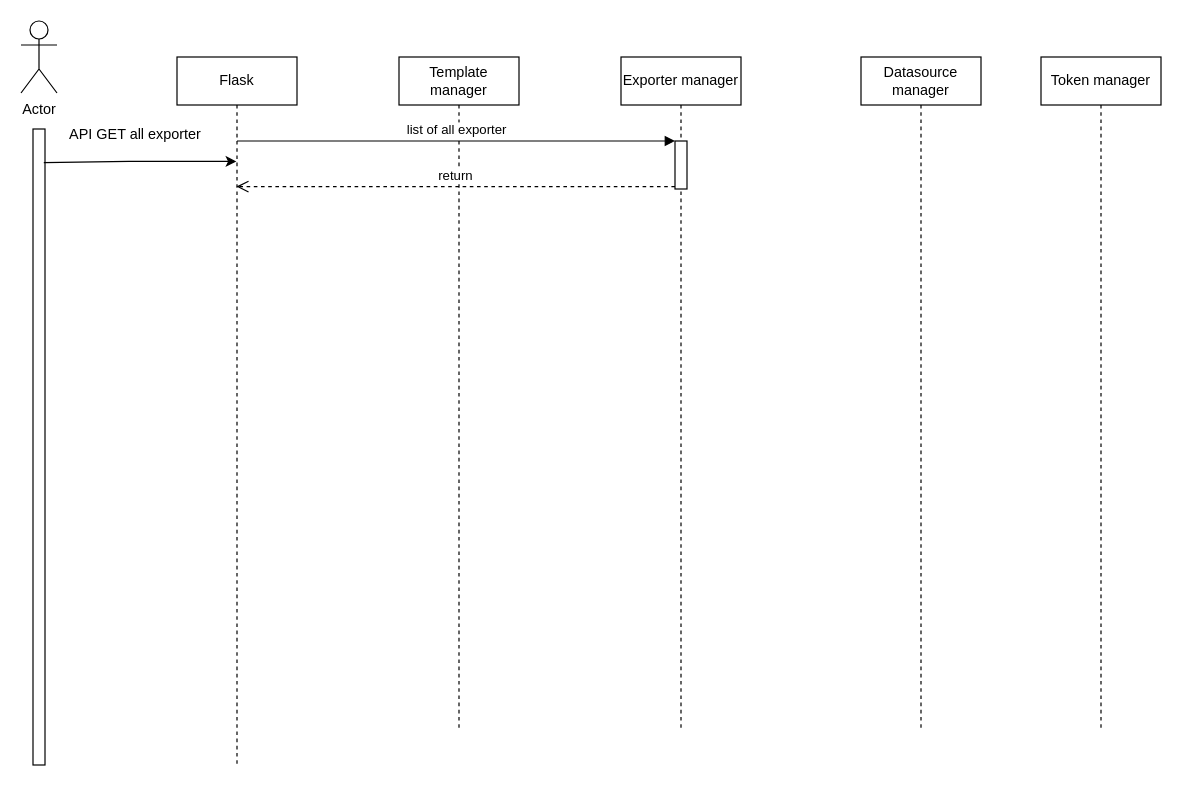
Before: page "API download file" (3 of 4) of Download install script.drawio in AlicasticAnhthu/apiflask, a draw.io diagram. Source tidied: cells renumbered, new cells numbered last; positions are measured from the earlier drawing's top-left corner, leaving out a move shared by most shapes. Both pictures are drawn from the tidied source at 120%, with x=0, y=0 at pixel (20, 20).
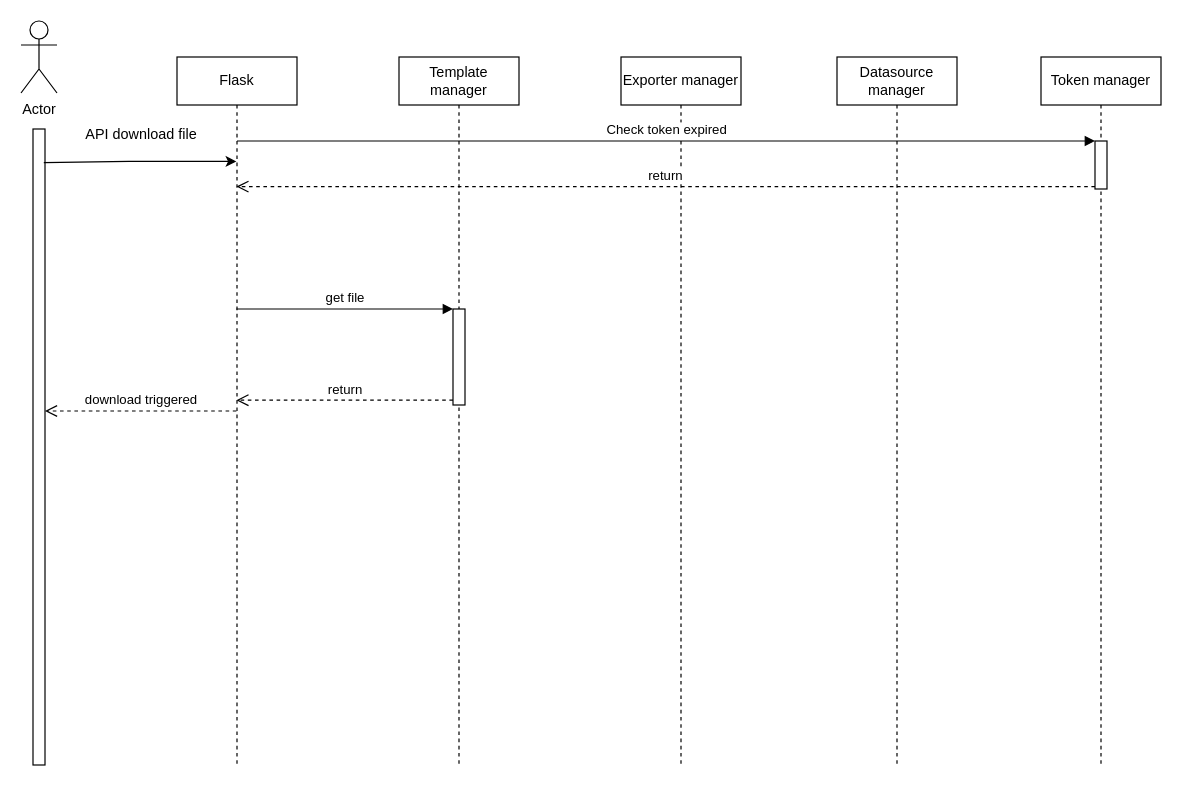
Above is the later version.

Unchanged cells that the change refers to:
```xml
<mxCell id="3" value="Flask" style="shape=umlLifeline;perimeter=lifelinePerimeter;whiteSpace=wrap;html=1;outlineConnect=0;" parent="1" vertex="1">
  <mxGeometry x="130" y="30" width="100" height="590" as="geometry" />
</mxCell>
<mxCell id="7" style="html=1;points=[];perimeter=orthogonalPerimeter;" parent="1" vertex="1">
  <mxGeometry x="10" y="90" width="10" height="530" as="geometry" />
</mxCell>
```

The edit, as a diff of the source:
```diff
@@
     <mxCell id="4" value="Template manager" style="shape=umlLifeline;perimeter=lifelinePerimeter;whiteSpace=wrap;html=1;" parent="1" vertex="1">
-      <mxGeometry x="315" y="30" width="100" height="560" as="geometry" />
+      <mxGeometry x="315" y="30" width="100" height="590" as="geometry" />
     </mxCell>
+    <mxCell id="14" style="html=1;points=[];perimeter=orthogonalPerimeter;" parent="4" vertex="1">
+      <mxGeometry x="45" y="210" width="10" height="80" as="geometry" />
+    </mxCell>
     <mxCell id="5" value="Datasource manager" style="shape=umlLifeline;perimeter=lifelinePerimeter;whiteSpace=wrap;html=1;" parent="1" vertex="1">
-      <mxGeometry x="700" y="30" width="100" height="560" as="geometry" />
+      <mxGeometry x="680" y="30" width="100" height="590" as="geometry" />
     </mxCell>
     <mxCell id="6" value="Token manager" style="shape=umlLifeline;perimeter=lifelinePerimeter;whiteSpace=wrap;html=1;" parent="1" vertex="1">
-      <mxGeometry x="850" y="30" width="100" height="560" as="geometry" />
+      <mxGeometry x="850" y="30" width="100" height="590" as="geometry" />
     </mxCell>
+    <mxCell id="9" style="html=1;points=[];perimeter=orthogonalPerimeter;" parent="6" vertex="1">
+      <mxGeometry x="45" y="70" width="10" height="40" as="geometry" />
+    </mxCell>
@@
     <mxCell id="8" value="Exporter manager" style="shape=umlLifeline;perimeter=lifelinePerimeter;whiteSpace=wrap;html=1;" parent="1" vertex="1">
-      <mxGeometry x="500" y="30" width="100" height="560" as="geometry" />
+      <mxGeometry x="500" y="30" width="100" height="590" as="geometry" />
     </mxCell>
-    <mxCell id="9" style="html=1;points=[];perimeter=orthogonalPerimeter;" parent="8" vertex="1">
-      <mxGeometry x="45" y="70" width="10" height="40" as="geometry" />
-    </mxCell>
-    <mxCell id="10" value="list of all exporter" style="html=1;verticalAlign=bottom;endArrow=block;entryX=0;entryY=0;rounded=0;" parent="1" edge="1" target="9">
+    <mxCell id="10" value="Check token expired" style="html=1;verticalAlign=bottom;endArrow=block;entryX=0;entryY=0;rounded=0;" parent="1" edge="1" target="9">
       <mxGeometry relative="1" as="geometry">
         <mxPoint x="180" y="100" as="sourcePoint" />
       </mxGeometry>
     </mxCell>
@@
-    <mxCell id="13" value="API GET all exporter" style="text;html=1;align=center;verticalAlign=middle;strokeColor=none;fillColor=none;" parent="1" vertex="1">
-      <mxGeometry x="30" y="80" width="130" height="30" as="geometry" />
+    <mxCell id="13" value="API download file" style="text;html=1;align=center;verticalAlign=middle;strokeColor=none;fillColor=none;" parent="1" vertex="1">
+      <mxGeometry x="40" y="80" width="120" height="30" as="geometry" />
     </mxCell>
+    <mxCell id="15" value="get file" style="html=1;verticalAlign=bottom;endArrow=block;entryX=0;entryY=0;rounded=0;" parent="1" edge="1" source="3" target="14">
+      <mxGeometry relative="1" as="geometry" />
+    </mxCell>
+    <mxCell id="16" value="return" style="html=1;verticalAlign=bottom;endArrow=open;dashed=1;endSize=8;exitX=0;exitY=0.95;rounded=0;" parent="1" edge="1" source="14" target="3">
+      <mxGeometry relative="1" as="geometry" />
+    </mxCell>
+    <mxCell id="17" value="download triggered" style="html=1;verticalAlign=bottom;endArrow=open;dashed=1;endSize=8;rounded=0;" parent="1" edge="1" source="3" target="7">
+      <mxGeometry relative="1" as="geometry" />
+    </mxCell>
```
